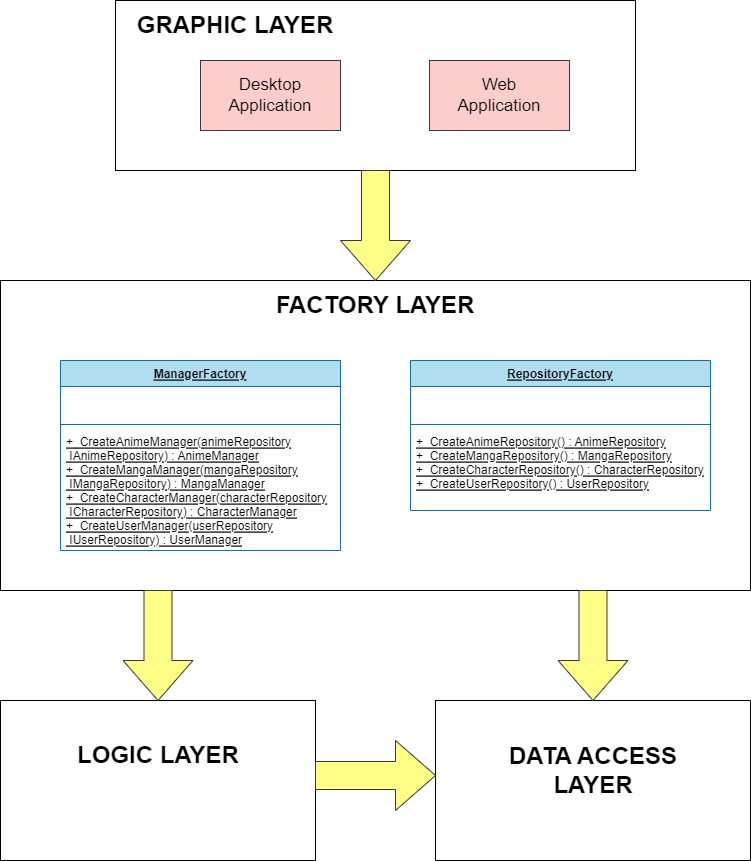
Earlier version of the draw.io export Binaries/UML Diagrams/ArchitectureAnimeTracker.png (dianaciu03/Anime-Tracker-Application). Source tidied: cells renumbered, new cells last; positions are measured from the earlier drawing's top-left corner, leaving out a move shared by most shapes.
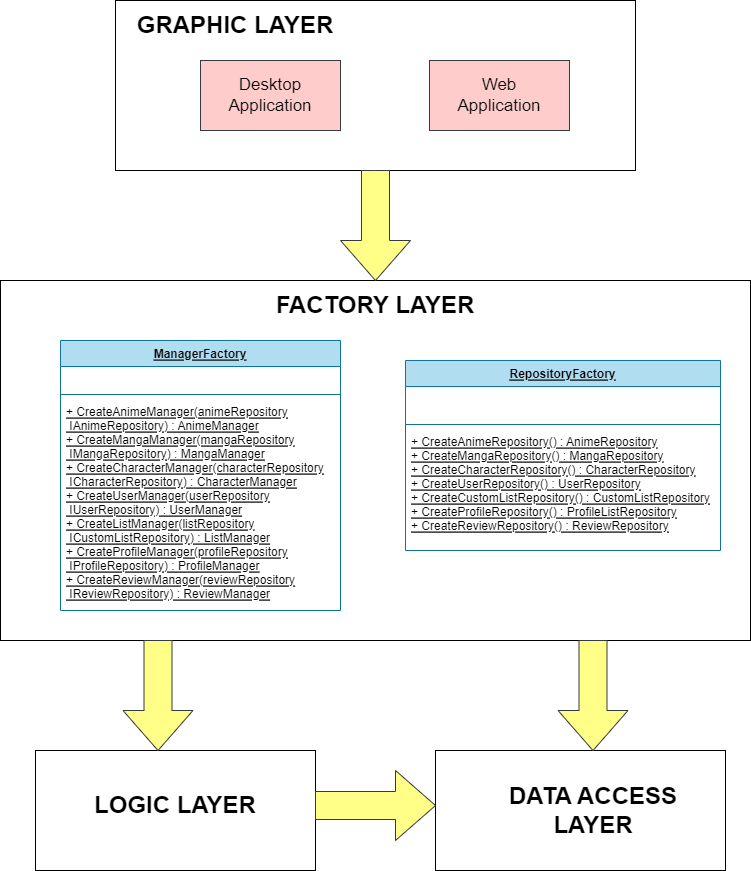
After the change.

The edit, as a diff of the source:
```diff
@@ -15,58 +15,58 @@
       <mxGeometry x="125" y="10" width="220" height="30" as="geometry" />
     </mxCell>
     <mxCell id="6" style="rounded=0;whiteSpace=wrap;html=1;" parent="1" vertex="1">
-      <mxGeometry y="280" width="750" height="310" as="geometry" />
+      <mxGeometry y="280" width="750" height="360" as="geometry" />
     </mxCell>
     <mxCell id="7" value="&lt;b&gt;&lt;font style=&quot;font-size: 24px;&quot;&gt;FACTORY LAYER&lt;/font&gt;&lt;/b&gt;" style="text;html=1;strokeColor=none;fillColor=none;align=center;verticalAlign=middle;whiteSpace=wrap;rounded=0;" parent="1" vertex="1">
       <mxGeometry x="265" y="290" width="220" height="30" as="geometry" />
     </mxCell>
     <mxCell id="8" value="ManagerFactory" style="swimlane;fontStyle=5;align=center;verticalAlign=top;horizontal=1;startSize=26;fillColor=#b1ddf0;strokeColor=#10739e;" parent="1" vertex="1">
-      <mxGeometry x="60" y="360" width="280" height="190" as="geometry" />
+      <mxGeometry x="60" y="340" width="280" height="270" as="geometry" />
     </mxCell>
     <mxCell id="9" value="   " style="text;strokeColor=none;fillColor=none;align=left;verticalAlign=top;spacingLeft=4;spacingRight=4;overflow=hidden;" parent="8" vertex="1">
-      <mxGeometry y="26" width="280" height="34" as="geometry" />
+      <mxGeometry y="26" width="280" height="24" as="geometry" />
     </mxCell>
     <mxCell id="10" style="line;strokeWidth=1;fillColor=none;align=left;verticalAlign=middle;spacingTop=-1;spacingLeft=3;spacingRight=3;labelPosition=right;strokeColor=inherit;" parent="8" vertex="1">
-      <mxGeometry y="60" width="280" height="8" as="geometry" />
+      <mxGeometry y="50" width="280" height="8" as="geometry" />
     </mxCell>
-    <mxCell id="11" value="+  CreateAnimeManager(animeRepository&#10; IAnimeRepository) : AnimeManager&#10;+  CreateMangaManager(mangaRepository&#10; IMangaRepository) : MangaManager&#10;+  CreateCharacterManager(characterRepository&#10; ICharacterRepository) : CharacterManager&#10;+  CreateUserManager(userRepository&#10; IUserRepository) : UserManager" style="text;strokeColor=none;fillColor=none;align=left;verticalAlign=top;spacingLeft=4;spacingRight=4;overflow=hidden;fontStyle=4;" parent="8" vertex="1">
-      <mxGeometry y="68" width="280" height="122" as="geometry" />
+    <mxCell id="11" value="+ CreateAnimeManager(animeRepository&#10; IAnimeRepository) : AnimeManager&#10;+ CreateMangaManager(mangaRepository&#10; IMangaRepository) : MangaManager&#10;+ CreateCharacterManager(characterRepository&#10; ICharacterRepository) : CharacterManager&#10;+ CreateUserManager(userRepository&#10; IUserRepository) : UserManager&#10;+ CreateListManager(listRepository&#10; ICustomListRepository) : ListManager&#10;+ CreateProfileManager(profileRepository&#10; IProfileRepository) : ProfileManager&#10;+ CreateReviewManager(reviewRepository&#10; IReviewRepository) : ReviewManager" style="text;strokeColor=none;fillColor=none;align=left;verticalAlign=top;spacingLeft=4;spacingRight=4;overflow=hidden;fontStyle=4;" parent="8" vertex="1">
+      <mxGeometry y="58" width="280" height="212" as="geometry" />
     </mxCell>
     <mxCell id="12" value="RepositoryFactory" style="swimlane;fontStyle=5;align=center;verticalAlign=top;horizontal=1;startSize=26;fillColor=#b1ddf0;strokeColor=#10739e;" parent="1" vertex="1">
-      <mxGeometry x="410" y="360" width="300" height="150" as="geometry" />
+      <mxGeometry x="405" y="360" width="315" height="190" as="geometry" />
     </mxCell>
     <mxCell id="13" value="   " style="text;strokeColor=none;fillColor=none;align=left;verticalAlign=top;spacingLeft=4;spacingRight=4;overflow=hidden;" parent="12" vertex="1">
-      <mxGeometry y="26" width="300" height="34" as="geometry" />
+      <mxGeometry y="26" width="315" height="34" as="geometry" />
     </mxCell>
     <mxCell id="14" style="line;strokeWidth=1;fillColor=none;align=left;verticalAlign=middle;spacingTop=-1;spacingLeft=3;spacingRight=3;labelPosition=right;strokeColor=inherit;" parent="12" vertex="1">
-      <mxGeometry y="60" width="300" height="8" as="geometry" />
+      <mxGeometry y="60" width="315" height="8" as="geometry" />
     </mxCell>
-    <mxCell id="15" value="+  CreateAnimeRepository() : AnimeRepository&#10;+  CreateMangaRepository() : MangaRepository&#10;+  CreateCharacterRepository() : CharacterRepository&#10;+  CreateUserRepository() : UserRepository" style="text;strokeColor=none;fillColor=none;align=left;verticalAlign=top;spacingLeft=4;spacingRight=4;overflow=hidden;fontStyle=4;" parent="12" vertex="1">
-      <mxGeometry y="68" width="300" height="82" as="geometry" />
+    <mxCell id="15" value="+ CreateAnimeRepository() : AnimeRepository&#10;+ CreateMangaRepository() : MangaRepository&#10;+ CreateCharacterRepository() : CharacterRepository&#10;+ CreateUserRepository() : UserRepository&#10;+ CreateCustomListRepository() : CustomListRepository&#10;+ CreateProfileRepository() : ProfileListRepository&#10;+ CreateReviewRepository() : ReviewRepository" style="text;strokeColor=none;fillColor=none;align=left;verticalAlign=top;spacingLeft=4;spacingRight=4;overflow=hidden;fontStyle=4;" parent="12" vertex="1">
+      <mxGeometry y="68" width="315" height="122" as="geometry" />
     </mxCell>
     <mxCell id="16" style="html=1;shadow=0;dashed=0;align=center;verticalAlign=middle;shape=mxgraph.arrows2.arrow;dy=0.6;dx=40;direction=south;notch=0;fillColor=#ffff88;strokeColor=#36393d;" parent="1" vertex="1">
       <mxGeometry x="340" y="170" width="70" height="110" as="geometry" />
     </mxCell>
     <mxCell id="17" style="rounded=0;whiteSpace=wrap;html=1;" parent="1" vertex="1">
-      <mxGeometry y="700" width="315" height="160" as="geometry" />
+      <mxGeometry x="35" y="750" width="280" height="120" as="geometry" />
     </mxCell>
     <mxCell id="18" style="rounded=0;whiteSpace=wrap;html=1;" parent="1" vertex="1">
-      <mxGeometry x="435" y="700" width="315" height="160" as="geometry" />
+      <mxGeometry x="435" y="750" width="290" height="120" as="geometry" />
     </mxCell>
     <mxCell id="19" value="&lt;b&gt;&lt;font style=&quot;font-size: 24px;&quot;&gt;LOGIC LAYER&lt;/font&gt;&lt;/b&gt;" style="text;html=1;strokeColor=none;fillColor=none;align=center;verticalAlign=middle;whiteSpace=wrap;rounded=0;" parent="1" vertex="1">
-      <mxGeometry x="47.5" y="740" width="220" height="30" as="geometry" />
+      <mxGeometry x="65" y="790" width="220" height="30" as="geometry" />
     </mxCell>
     <mxCell id="20" value="&lt;b&gt;&lt;font style=&quot;font-size: 24px;&quot;&gt;DATA ACCESS LAYER&lt;/font&gt;&lt;/b&gt;" style="text;html=1;strokeColor=none;fillColor=none;align=center;verticalAlign=middle;whiteSpace=wrap;rounded=0;" parent="1" vertex="1">
-      <mxGeometry x="482.5" y="740" width="220" height="60" as="geometry" />
+      <mxGeometry x="482.5" y="780" width="220" height="60" as="geometry" />
     </mxCell>
     <mxCell id="21" style="html=1;shadow=0;dashed=0;align=center;verticalAlign=middle;shape=mxgraph.arrows2.arrow;dy=0.6;dx=40;direction=south;notch=0;fillColor=#ffff88;strokeColor=#36393d;" parent="1" vertex="1">
-      <mxGeometry x="122.5" y="590" width="70" height="110" as="geometry" />
+      <mxGeometry x="122.5" y="640" width="70" height="110" as="geometry" />
     </mxCell>
     <mxCell id="22" style="html=1;shadow=0;dashed=0;align=center;verticalAlign=middle;shape=mxgraph.arrows2.arrow;dy=0.6;dx=40;notch=0;fillColor=#ffff88;strokeColor=#36393d;" parent="1" vertex="1">
-      <mxGeometry x="315" y="740" width="120" height="70" as="geometry" />
+      <mxGeometry x="315" y="770" width="120" height="70" as="geometry" />
     </mxCell>
     <mxCell id="23" style="html=1;shadow=0;dashed=0;align=center;verticalAlign=middle;shape=mxgraph.arrows2.arrow;dy=0.6;dx=40;direction=south;notch=0;fillColor=#ffff88;strokeColor=#36393d;" parent="1" vertex="1">
-      <mxGeometry x="557.5" y="590" width="70" height="110" as="geometry" />
+      <mxGeometry x="557.5" y="640" width="70" height="110" as="geometry" />
     </mxCell>
   </root>
 </mxGraphModel>
```
